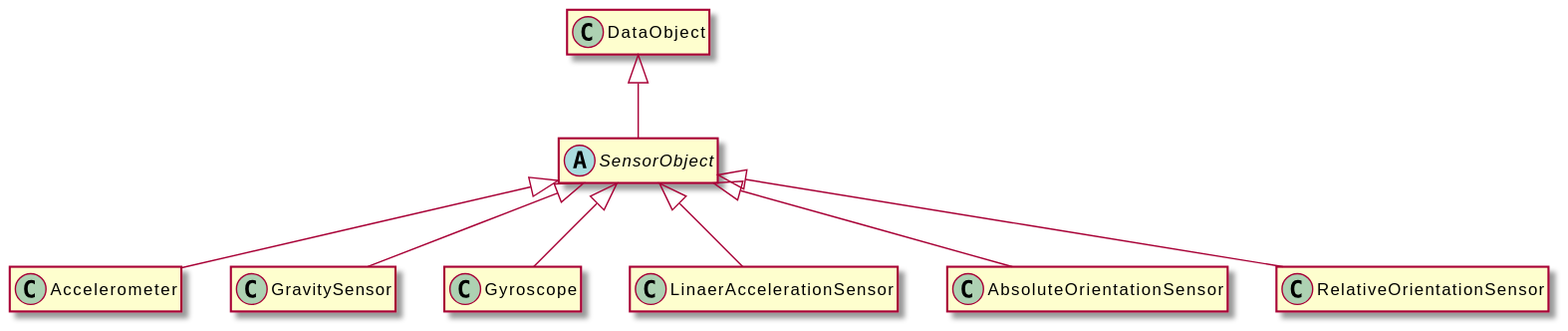
This is assets/SensorObject-umlClassDiagram-3449.svg from OpenHPS/openhps-core, a PlantUML export, as it was before one commit.
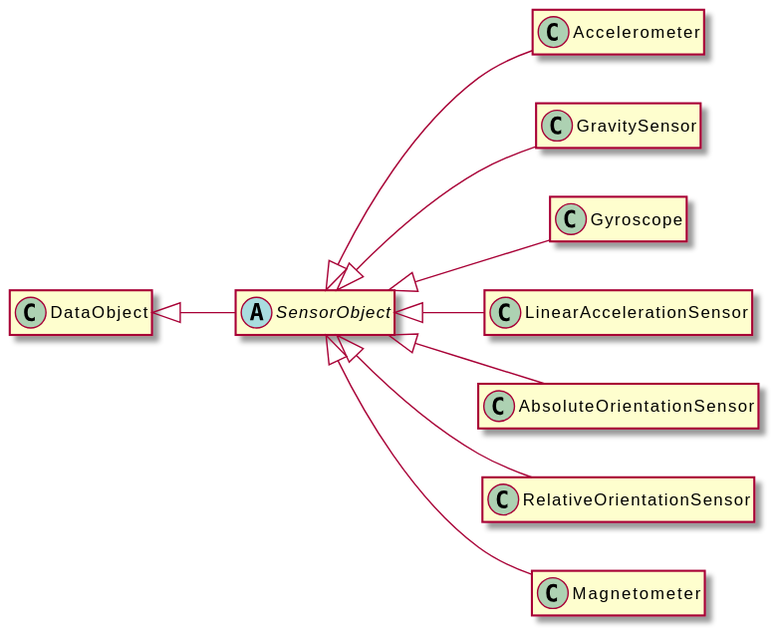
After the commit.

Diff of the diagram source:
```diff
@@ -1,5 +1,6 @@
 @startuml
 skinparam BackgroundColor transparent
+left to right direction
 hide empty methods
 hide empty fields
 abstract class "SensorObject" {
@@ -16,13 +17,16 @@
 class "Gyroscope" {
 }
 "SensorObject" <|-- "Gyroscope"
-class "LinaerAccelerationSensor" {
+class "LinearAccelerationSensor" {
 }
-"SensorObject" <|-- "LinaerAccelerationSensor"
+"SensorObject" <|-- "LinearAccelerationSensor"
 class "AbsoluteOrientationSensor" {
 }
 "SensorObject" <|-- "AbsoluteOrientationSensor"
 class "RelativeOrientationSensor" {
 }
 "SensorObject" <|-- "RelativeOrientationSensor"
+class "Magnetometer" {
+}
+"SensorObject" <|-- "Magnetometer"
 @enduml
```
